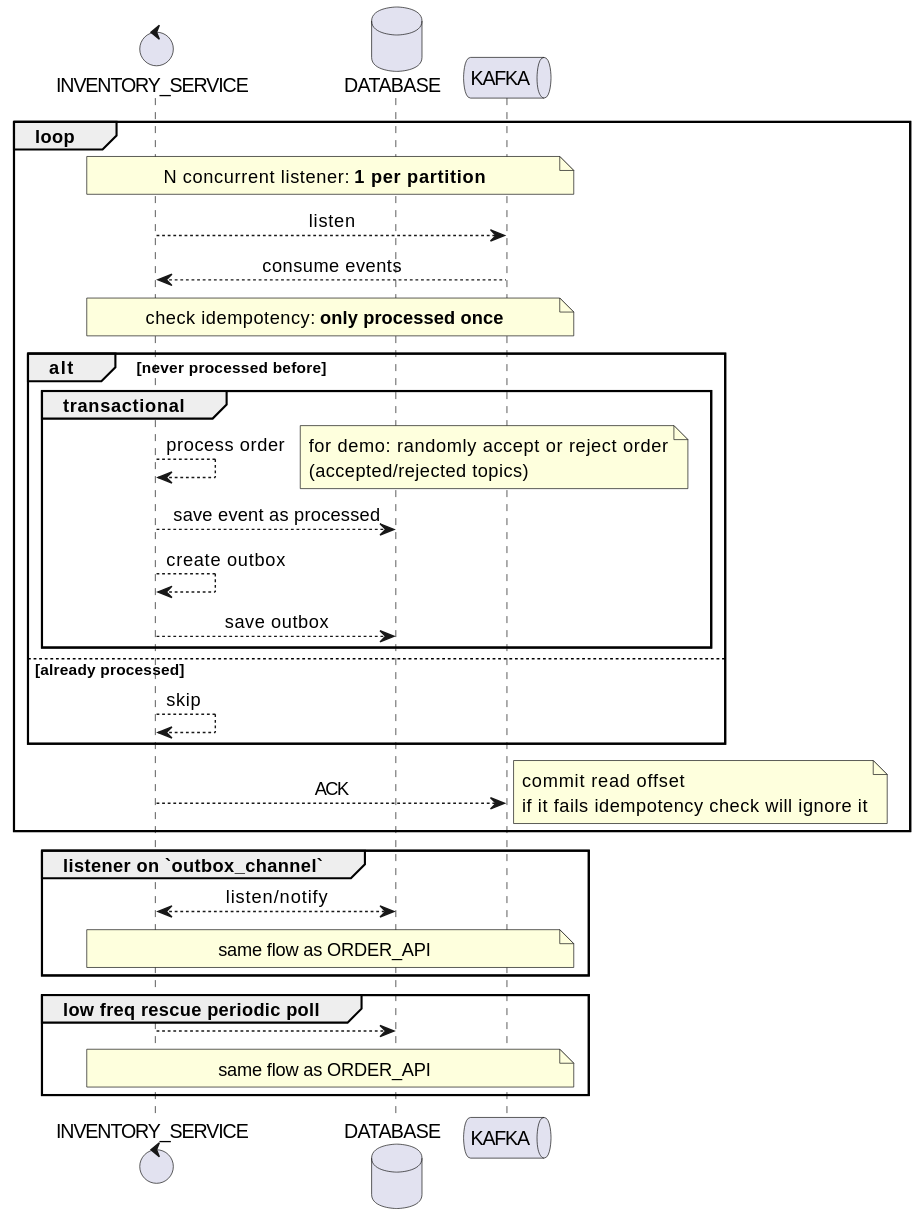
Above: docs/inventory_service_seq.svg in 7mza/kafka-demo (PlantUML), before the change.
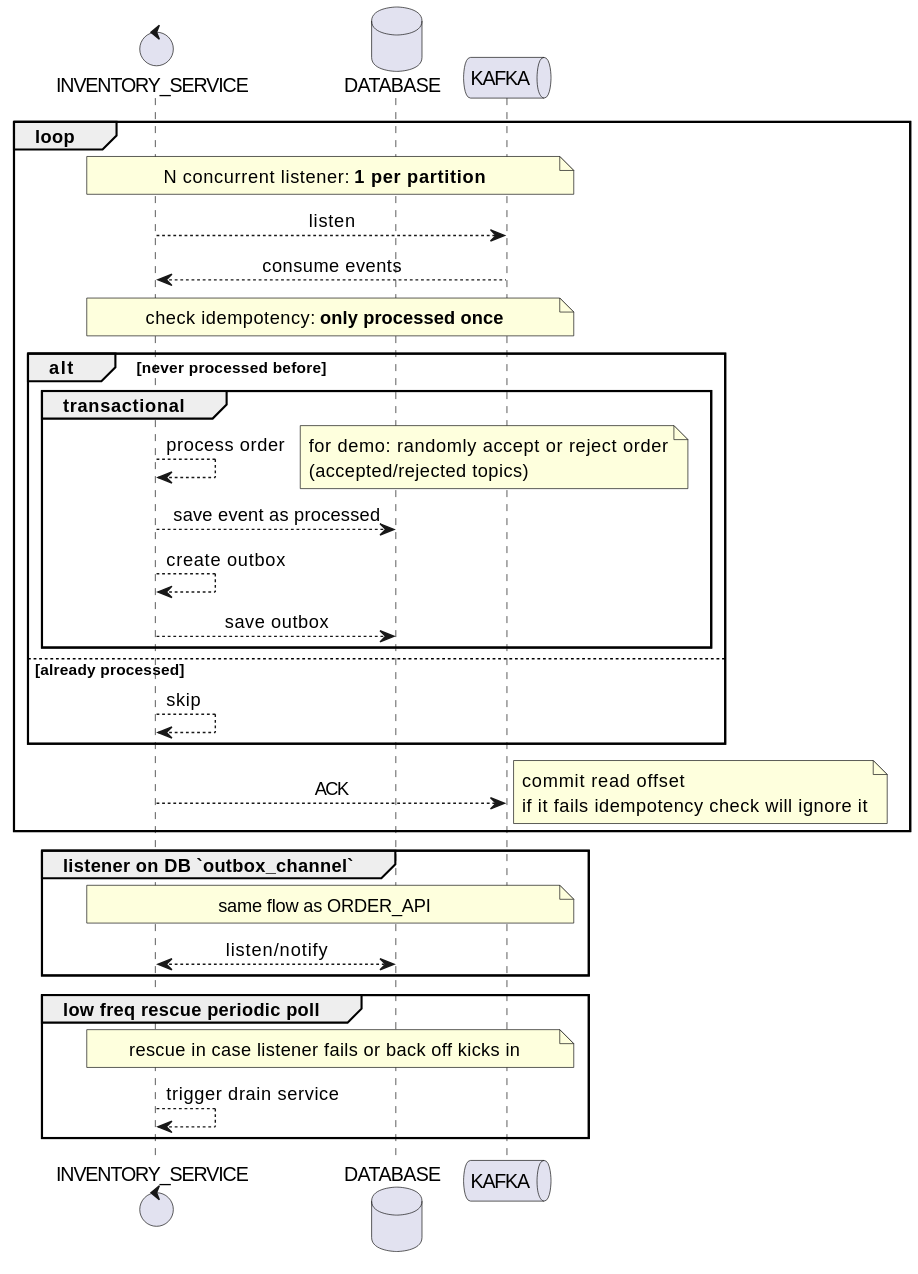
Later version of the same file.

The edit, as a diff of the source:
```diff
@@ -25,13 +25,13 @@
     note right: commit read offset\nif it fails idempotency check will ignore it
 end
 
-group listener on `outbox_channel`
+group listener on DB `outbox_channel`
+    note across: same flow as ORDER_API
     SERVICE <--> DB: listen/notify
-    note across: same flow as ORDER_API
 end
 
 group low freq rescue periodic poll
-      SERVICE --> DB
-      note across: same flow as ORDER_API
+    note across: rescue in case listener fails or back off kicks in
+    SERVICE --> SERVICE: trigger drain service
 end
 @enduml
```
